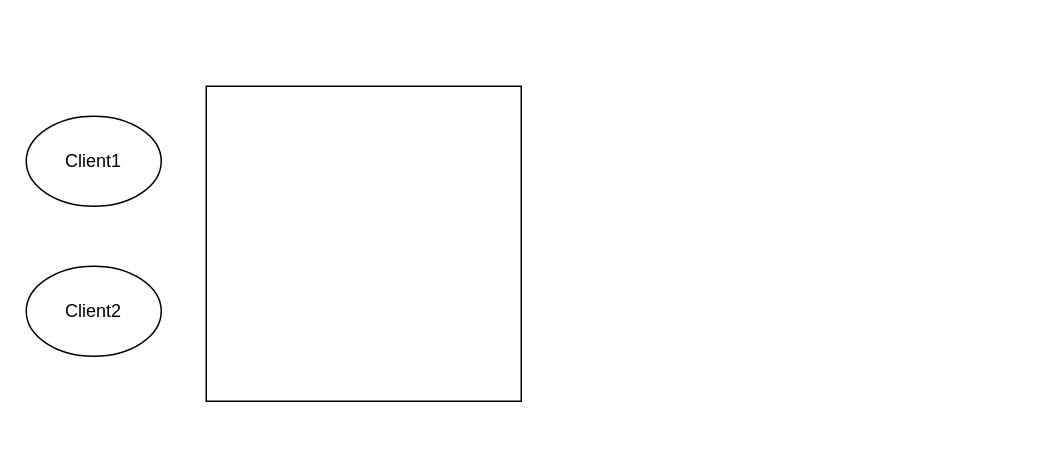
ykangZhang/Face-recognition keeps this draw.io diagram as 项目运行截图/未命名绘图.drawio. Above is the earlier version. Source tidied: cells renumbered, new cells numbered last; positions are measured from the earlier drawing's top-left corner, leaving out a move shared by most shapes. Both pictures are drawn from the tidied source at 150%, with x=0, y=0 at pixel (26, 86).
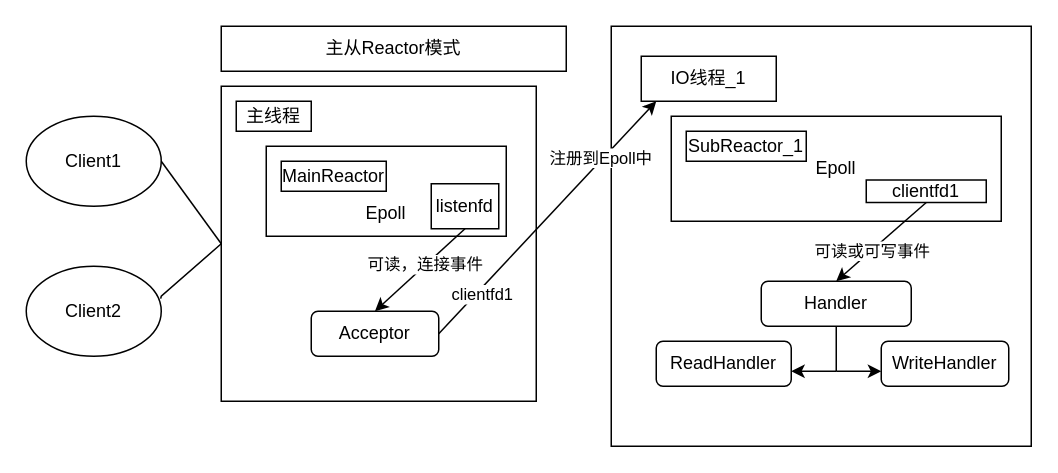
After the change.

The change refers to these unchanged cells:
```xml
<mxCell id="2" value="Client1" style="ellipse;whiteSpace=wrap;html=1;" parent="1" vertex="1">
  <mxGeometry y="20" width="90" height="60" as="geometry" />
</mxCell>
<mxCell id="3" value="Client2" style="ellipse;whiteSpace=wrap;html=1;" parent="1" vertex="1">
  <mxGeometry y="120" width="90" height="60" as="geometry" />
</mxCell>
```

Change to the diagram source:
```diff
@@
     <mxCell id="4" style="whiteSpace=wrap;html=1;" parent="1" vertex="1">
-      <mxGeometry x="120" width="210" height="210" as="geometry" />
+      <mxGeometry x="130" width="210" height="210" as="geometry" />
     </mxCell>
+    <mxCell id="5" style="endArrow=none;html=1;rounded=0;entryX=1;entryY=0.5;entryDx=0;entryDy=0;exitX=0;exitY=0.5;exitDx=0;exitDy=0;" parent="1" edge="1" source="4" target="2">
+      <mxGeometry relative="1" as="geometry" />
+    </mxCell>
+    <mxCell id="6" style="endArrow=none;html=1;rounded=0;entryX=0;entryY=0.5;entryDx=0;entryDy=0;exitX=0.996;exitY=0.36;exitDx=0;exitDy=0;exitPerimeter=0;" parent="1" edge="1" source="3" target="4">
+      <mxGeometry relative="1" as="geometry">
+        <Array as="points">
+          <mxPoint x="90" y="140" />
+        </Array>
+      </mxGeometry>
+    </mxCell>
+    <mxCell id="7" value="主线程" style="rounded=0;whiteSpace=wrap;html=1;" parent="1" vertex="1">
+      <mxGeometry x="140" y="10" width="50" height="20" as="geometry" />
+    </mxCell>
+    <mxCell id="8" value="&lt;br&gt;&lt;br&gt;Epoll" style="rounded=0;whiteSpace=wrap;html=1;" parent="1" vertex="1">
+      <mxGeometry x="160" y="40" width="160" height="60" as="geometry" />
+    </mxCell>
+    <mxCell id="9" value="MainReactor" style="rounded=0;whiteSpace=wrap;html=1;" parent="1" vertex="1">
+      <mxGeometry x="170" y="50" width="70" height="20" as="geometry" />
+    </mxCell>
+    <mxCell id="10" value="listenfd" style="rounded=0;whiteSpace=wrap;html=1;direction=south;" parent="1" vertex="1">
+      <mxGeometry x="270" y="65" width="45" height="30" as="geometry" />
+    </mxCell>
+    <mxCell id="11" value="Acceptor" style="rounded=1;whiteSpace=wrap;html=1;" parent="1" vertex="1">
+      <mxGeometry x="190" y="150" width="85" height="30" as="geometry" />
+    </mxCell>
+    <mxCell id="12" style="endArrow=classic;html=1;rounded=0;exitX=1;exitY=0.5;exitDx=0;exitDy=0;entryX=0.5;entryY=0;entryDx=0;entryDy=0;" parent="1" edge="1" source="10" target="11">
+      <mxGeometry relative="1" as="geometry" />
+    </mxCell>
+    <mxCell id="13" value="可读，连接事件" style="edgeLabel;html=1;align=center;verticalAlign=middle;" parent="12" vertex="1">
+      <mxGeometry x="-0.11" y="-1" relative="1" as="geometry" />
+    </mxCell>
+    <mxCell id="14" style="whiteSpace=wrap;html=1;" parent="1" vertex="1">
+      <mxGeometry x="390" y="-40" width="280" height="280" as="geometry" />
+    </mxCell>
+    <mxCell id="15" value="IO线程_1" style="rounded=0;whiteSpace=wrap;html=1;" parent="1" vertex="1">
+      <mxGeometry x="410" y="-20" width="90" height="30" as="geometry" />
+    </mxCell>
+    <mxCell id="16" value="Epoll" style="rounded=0;whiteSpace=wrap;html=1;" parent="1" vertex="1">
+      <mxGeometry x="430" y="20" width="220" height="70" as="geometry" />
+    </mxCell>
+    <mxCell id="17" value="SubReactor_1" style="rounded=0;whiteSpace=wrap;html=1;" parent="1" vertex="1">
+      <mxGeometry x="440" y="30" width="80" height="20" as="geometry" />
+    </mxCell>
+    <mxCell id="18" value="clientfd1" style="rounded=0;whiteSpace=wrap;html=1;" parent="1" vertex="1">
+      <mxGeometry x="560" y="62.5" width="80" height="15" as="geometry" />
+    </mxCell>
+    <mxCell id="19" style="endArrow=classic;html=1;rounded=0;exitX=1;exitY=0.5;exitDx=0;exitDy=0;" parent="1" edge="1" source="11">
+      <mxGeometry relative="1" as="geometry">
+        <mxPoint x="420" y="10" as="targetPoint" />
+      </mxGeometry>
+    </mxCell>
+    <mxCell id="20" value="注册到Epoll中" style="edgeLabel;html=1;align=center;verticalAlign=middle;" parent="19" vertex="1">
+      <mxGeometry x="0.5" y="2" relative="1" as="geometry" />
+    </mxCell>
+    <mxCell id="21" value="clientfd1" style="edgeLabel;html=1;align=center;verticalAlign=middle;" parent="19" vertex="1">
+      <mxGeometry x="-0.62" y="-2" relative="1" as="geometry">
+        <mxPoint y="1" as="offset" />
+      </mxGeometry>
+    </mxCell>
+    <mxCell id="22" value="ReadHandler" style="rounded=1;whiteSpace=wrap;html=1;" parent="1" vertex="1">
+      <mxGeometry x="420" y="170" width="90" height="30" as="geometry" />
+    </mxCell>
+    <mxCell id="23" value="Handler" style="rounded=1;whiteSpace=wrap;html=1;" parent="1" vertex="1">
+      <mxGeometry x="490" y="130" width="100" height="30" as="geometry" />
+    </mxCell>
+    <mxCell id="24" value="WriteHandler" style="rounded=1;whiteSpace=wrap;html=1;" parent="1" vertex="1">
+      <mxGeometry x="570" y="170" width="85" height="30" as="geometry" />
+    </mxCell>
+    <mxCell id="25" style="endArrow=none;html=1;rounded=0;" parent="1" edge="1">
+      <mxGeometry relative="1" as="geometry">
+        <mxPoint x="540" y="190" as="sourcePoint" />
+        <mxPoint x="540" y="190" as="targetPoint" />
+        <Array as="points">
+          <mxPoint x="540" y="160" />
+        </Array>
+      </mxGeometry>
+    </mxCell>
+    <mxCell id="26" style="endArrow=classic;html=1;rounded=0;" parent="1" edge="1">
+      <mxGeometry relative="1" as="geometry">
+        <mxPoint x="540" y="190" as="sourcePoint" />
+        <mxPoint x="570" y="190" as="targetPoint" />
+      </mxGeometry>
+    </mxCell>
+    <mxCell id="27" style="endArrow=classic;html=1;rounded=0;" parent="1" edge="1">
+      <mxGeometry relative="1" as="geometry">
+        <mxPoint x="540" y="190" as="sourcePoint" />
+        <mxPoint x="510" y="190" as="targetPoint" />
+        <Array as="points">
+          <mxPoint x="530" y="190" />
+        </Array>
+      </mxGeometry>
+    </mxCell>
+    <mxCell id="28" style="endArrow=classic;html=1;rounded=0;exitX=0.5;exitY=1;exitDx=0;exitDy=0;entryX=0.5;entryY=0;entryDx=0;entryDy=0;" parent="1" edge="1" source="18" target="23">
+      <mxGeometry relative="1" as="geometry" />
+    </mxCell>
+    <mxCell id="29" value="可读或可写事件" style="edgeLabel;html=1;align=center;verticalAlign=middle;" parent="28" vertex="1">
+      <mxGeometry x="0.21" relative="1" as="geometry" />
+    </mxCell>
+    <mxCell id="30" value="主从Reactor模式" style="rounded=0;whiteSpace=wrap;html=1;" parent="1" vertex="1">
+      <mxGeometry x="130" y="-40" width="230" height="30" as="geometry" />
+    </mxCell>
```
